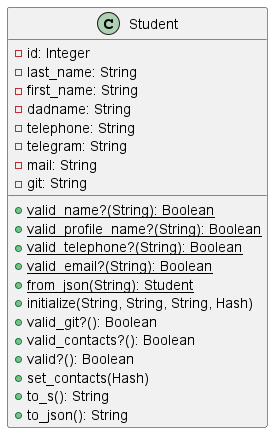
This is LR2/StudentClassDiagram.png from KREEAL/RubyLabs, a PlantUML export, as it was before one commit.
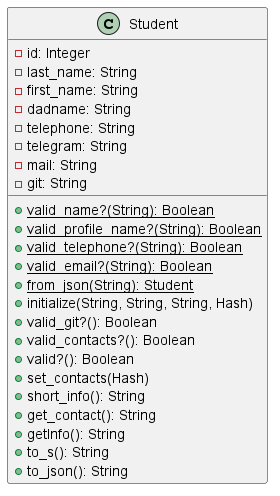
After the change.

Commit message:
Сделан тот самый getInfo с подразбиением методов

The edit, as a diff of the source:
```diff
@@ -19,6 +19,9 @@
     +valid_contacts?(): Boolean
     +valid?(): Boolean
     +set_contacts(Hash)
+    +short_info(): String
+    +get_contact(): String
+    +getInfo(): String
     +to_s(): String
     +to_json(): String
 }
```
